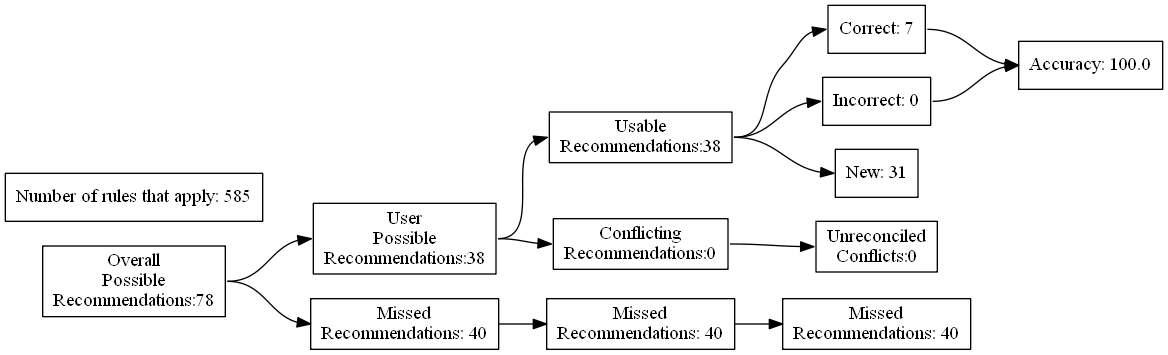
Before: test_renders/92.gv.png, a diagram exported from Graphviz (ZaxR/ibd_diet_analysis). Its source is kept beside it as test_renders/92.gv.
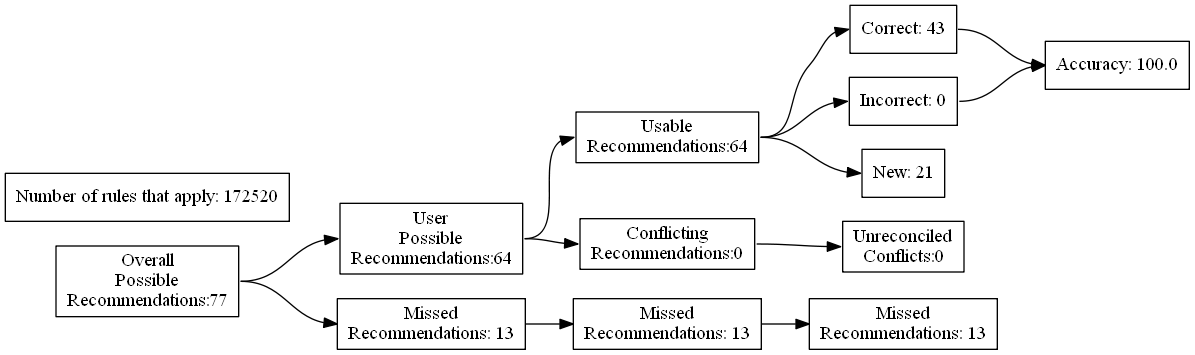
Above is the later version.

Diff of the diagram source:
```diff
@@ -4,27 +4,27 @@
 	edge [headport=w tailport=e]
 		A [label="Overall
 Possible
-Recommendations:78"]
+Recommendations:77"]
 		B [label="User
 Possible
-Recommendations:38"]
+Recommendations:64"]
 		C [label="Missed
-Recommendations: 40"]
+Recommendations: 13"]
 		D [label="Usable
-Recommendations:38"]
+Recommendations:64"]
 		E [label="Conflicting
 Recommendations:0"]
 		J [label="Missed
-Recommendations: 40"]
+Recommendations: 13"]
 		M [label="Unreconciled
 Conflicts:0"]
-		F [label="Correct: 7"]
+		F [label="Correct: 43"]
 		G [label="Incorrect: 0"]
-		H [label="New: 31"]
+		H [label="New: 21"]
 		K [label="Missed
-Recommendations: 40"]
+Recommendations: 13"]
 		I [label="Accuracy: 100.0"]
-		l [label="Number of rules that apply: 585"]
+		l [label="Number of rules that apply: 172520"]
 			A -> B
 			A -> C
 			B -> D
```
